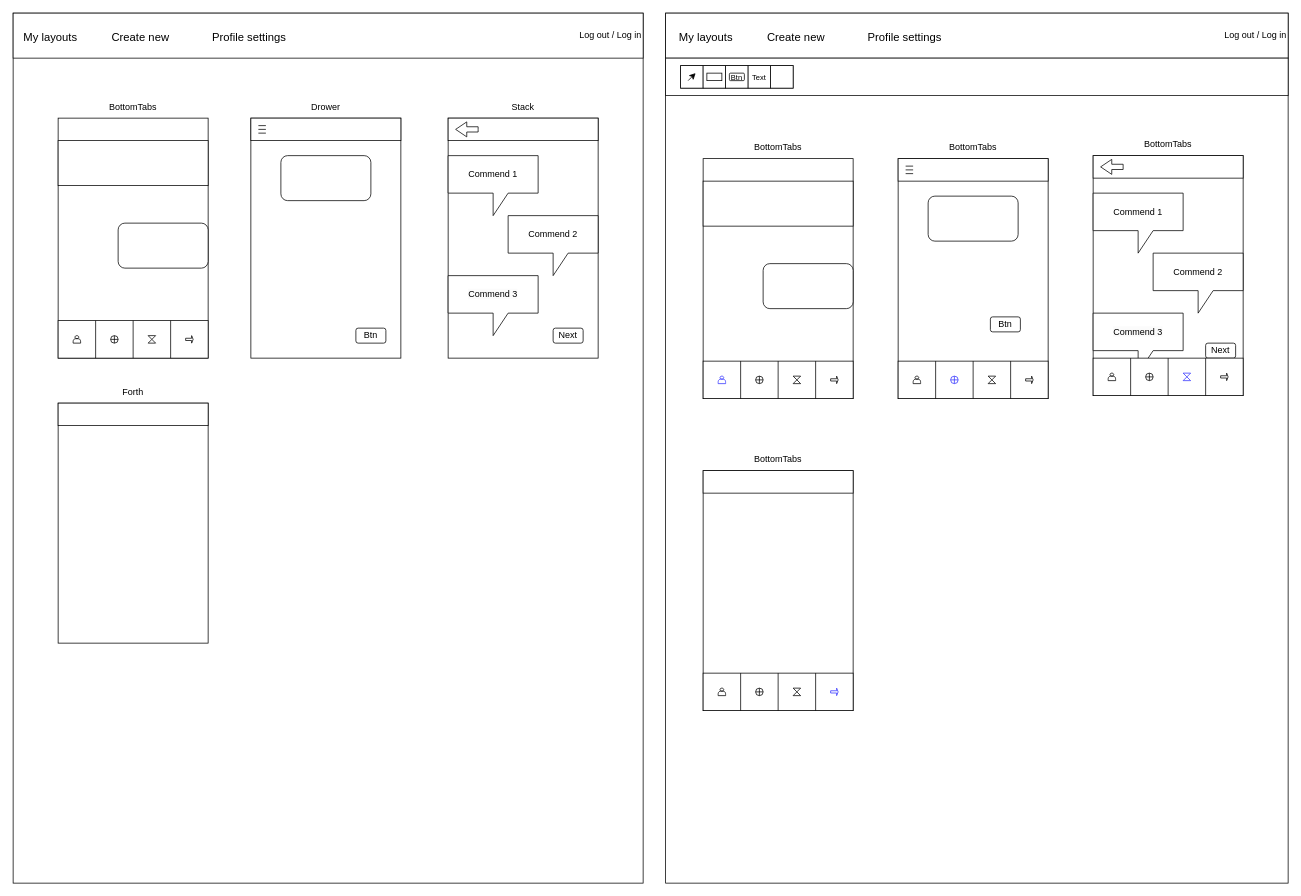
Before: Диаграмма без названия.drawio in Egorwrk/draw.io, a draw.io diagram. Source tidied: cells renumbered, new cells numbered last; positions are measured from the earlier drawing's top-left corner, leaving out a move shared by most shapes. Both pictures are drawn from the tidied source at 75%, with x=0, y=0 at pixel (13, 13).
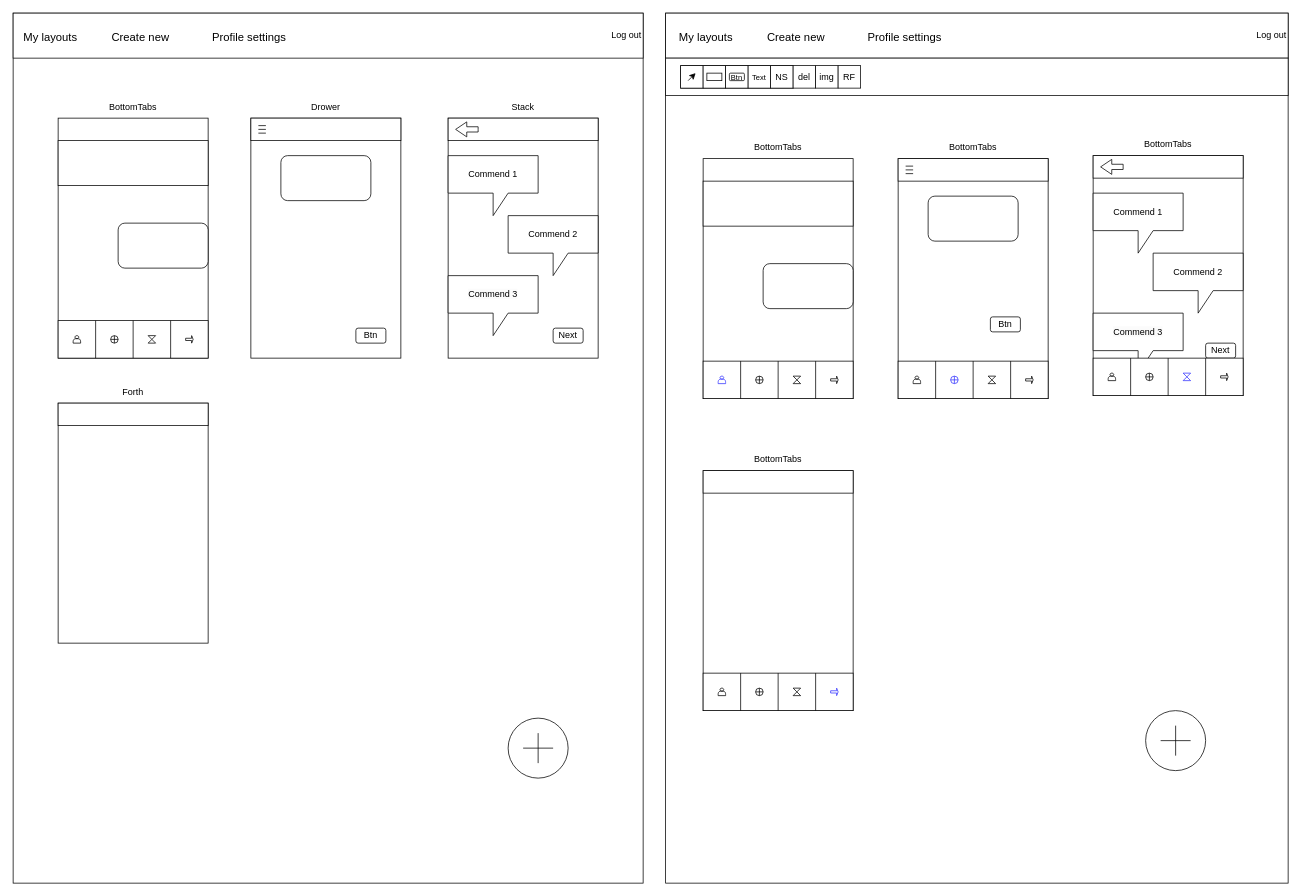
The same diagram, later.

Commit message:
rework layouts and editor pages

Diff of the diagram source:
```diff
@@
-    <mxCell id="4" value="Log out / Log in" style="rounded=0;whiteSpace=wrap;html=1;align=right;" parent="1" vertex="1">
+    <mxCell id="4" value="Log out" style="rounded=0;whiteSpace=wrap;html=1;align=right;" parent="1" vertex="1">
       <mxGeometry width="840" height="60" as="geometry" />
     </mxCell>
-    <mxCell id="5" value="Log out / Log in" style="rounded=0;whiteSpace=wrap;html=1;align=right;" parent="1" vertex="1">
+    <mxCell id="5" value="Log out" style="rounded=0;whiteSpace=wrap;html=1;align=right;" parent="1" vertex="1">
       <mxGeometry x="870" width="830" height="60" as="geometry" />
     </mxCell>
@@
-    <mxCell id="122" style="rounded=0;whiteSpace=wrap;html=1;" parent="1" vertex="1">
+    <mxCell id="122" value="NS" style="rounded=0;whiteSpace=wrap;html=1;" parent="1" vertex="1">
       <mxGeometry x="1010" y="70" width="30" height="30" as="geometry" />
     </mxCell>
@@
+    <mxCell id="128" value="del" style="rounded=0;whiteSpace=wrap;html=1;" parent="1" vertex="1">
+      <mxGeometry x="1040" y="70" width="30" height="30" as="geometry" />
+    </mxCell>
+    <mxCell id="129" value="img" style="rounded=0;whiteSpace=wrap;html=1;" parent="1" vertex="1">
+      <mxGeometry x="1070" y="70" width="30" height="30" as="geometry" />
+    </mxCell>
+    <mxCell id="130" value="RF" style="rounded=0;whiteSpace=wrap;html=1;" parent="1" vertex="1">
+      <mxGeometry x="1100" y="70" width="30" height="30" as="geometry" />
+    </mxCell>
+    <mxCell id="131" style="group;" parent="1" vertex="1">
+      <mxGeometry x="660" y="940" width="80" height="80" as="geometry" />
+    </mxCell>
+    <mxCell id="132" style="ellipse;whiteSpace=wrap;html=1;" parent="131" vertex="1">
+      <mxGeometry width="80" height="80" as="geometry" />
+    </mxCell>
+    <mxCell id="133" style="endArrow=none;html=1;rounded=0;" parent="131" edge="1">
+      <mxGeometry relative="1" as="geometry">
+        <mxPoint x="40" y="60" as="sourcePoint" />
+        <mxPoint x="40" y="20" as="targetPoint" />
+      </mxGeometry>
+    </mxCell>
+    <mxCell id="134" style="endArrow=none;html=1;rounded=0;" parent="131" edge="1">
+      <mxGeometry relative="1" as="geometry">
+        <mxPoint x="20" y="40" as="sourcePoint" />
+        <mxPoint x="60" y="40" as="targetPoint" />
+      </mxGeometry>
+    </mxCell>
+    <mxCell id="135" style="group;" parent="1" vertex="1">
+      <mxGeometry x="1510" y="930" width="80" height="80" as="geometry" />
+    </mxCell>
+    <mxCell id="136" style="ellipse;whiteSpace=wrap;html=1;" parent="135" vertex="1">
+      <mxGeometry width="80" height="80" as="geometry" />
+    </mxCell>
+    <mxCell id="137" style="endArrow=none;html=1;rounded=0;" parent="135" edge="1">
+      <mxGeometry relative="1" as="geometry">
+        <mxPoint x="40" y="60" as="sourcePoint" />
+        <mxPoint x="40" y="20" as="targetPoint" />
+      </mxGeometry>
+    </mxCell>
+    <mxCell id="138" style="endArrow=none;html=1;rounded=0;" parent="135" edge="1">
+      <mxGeometry relative="1" as="geometry">
+        <mxPoint x="20" y="40" as="sourcePoint" />
+        <mxPoint x="60" y="40" as="targetPoint" />
+      </mxGeometry>
+    </mxCell>
```
